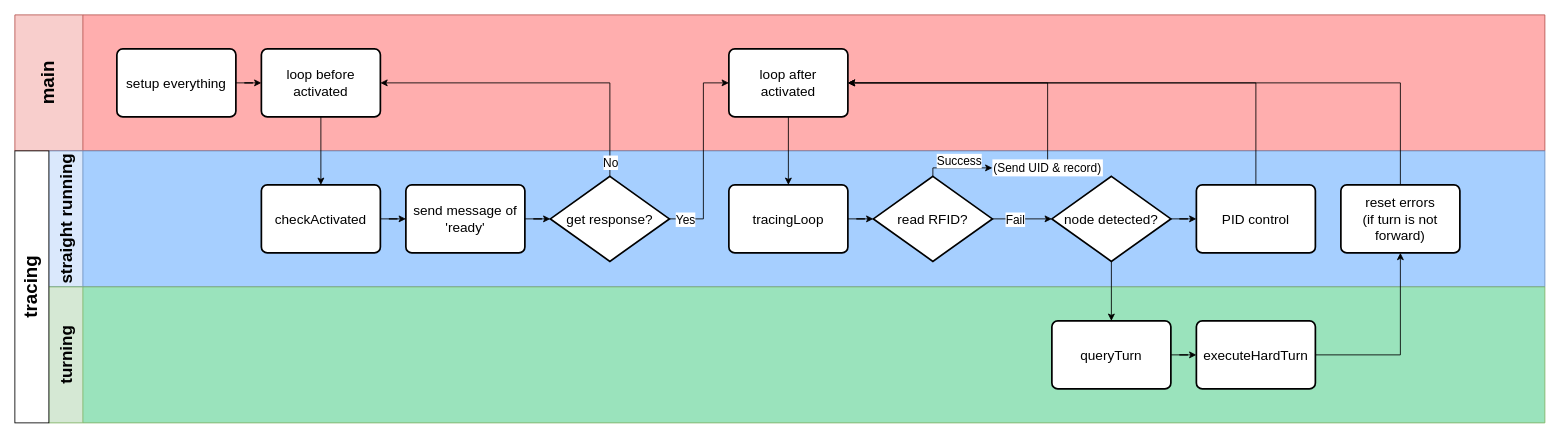
Earlier version of the draw.io diagram diagrams/carcar_flow_arduino.drawio (yeeeeeeting/CarcarCodes). Source tidied: cells renumbered, new cells numbered last; positions are measured from the earlier drawing's top-left corner, leaving out a move shared by most shapes. Both pictures are drawn from the tidied source at 85%, with x=0, y=0 at pixel (14, 14).
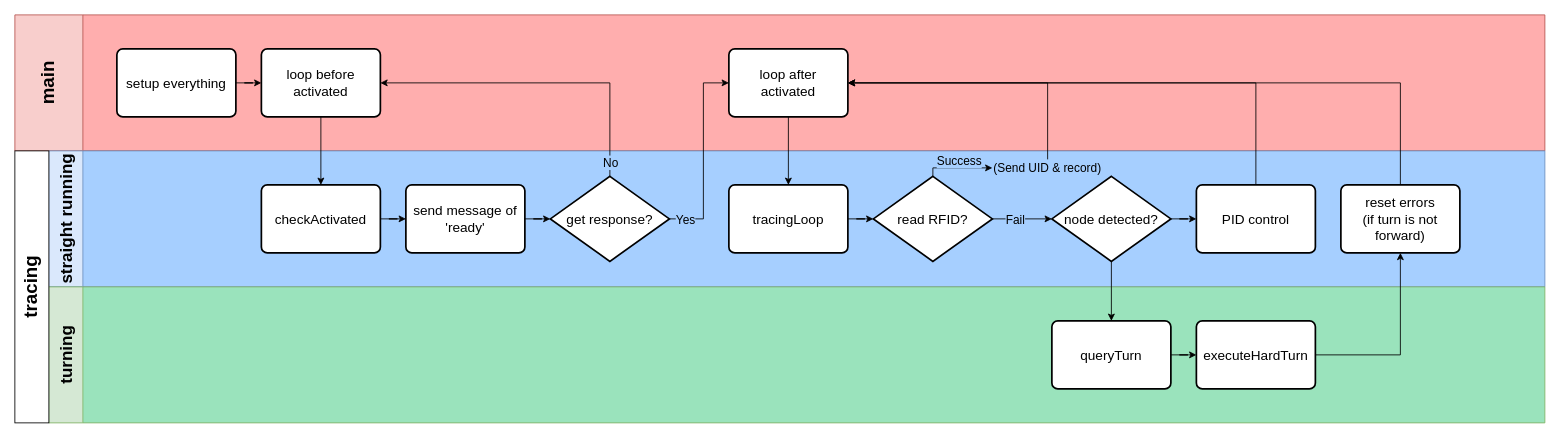
The same diagram, later.

The change refers to these unchanged cells:
```xml
<mxCell id="7" value="&lt;font style=&quot;font-size: 20px;&quot;&gt;straight running&lt;/font&gt;" style="swimlane;horizontal=0;whiteSpace=wrap;html=1;startSize=40;fillColor=#dae8fc;strokeColor=#6c8ebf;swimlaneFillColor=#A6CFFF;" parent="1" vertex="1">
  <mxGeometry x="40" y="160" width="1760" height="160" as="geometry" />
</mxCell>
<mxCell id="15" style="edgeStyle=orthogonalEdgeStyle;rounded=0;jettySize=auto;html=1;" parent="7" edge="1" source="17" target="22">
  <mxGeometry relative="1" as="geometry" />
</mxCell>
<mxCell id="19" style="edgeStyle=orthogonalEdgeStyle;rounded=0;jettySize=auto;html=1;" parent="7" edge="1" source="17" target="18">
  <mxGeometry relative="1" as="geometry">
    <Array as="points">
      <mxPoint x="1040" y="20" />
    </Array>
  </mxGeometry>
</mxCell>
<mxCell id="31" style="edgeStyle=orthogonalEdgeStyle;rounded=0;jettySize=auto;html=1;" parent="1" edge="1" source="12" target="5">
  <mxGeometry relative="1" as="geometry">
    <Array as="points">
      <mxPoint x="700" y="80" />
    </Array>
  </mxGeometry>
</mxCell>
<mxCell id="33" style="edgeStyle=orthogonalEdgeStyle;rounded=0;jettySize=auto;html=1;" parent="1" edge="1" source="12" target="6">
  <mxGeometry relative="1" as="geometry">
    <Array as="points">
      <mxPoint x="810" y="240" />
      <mxPoint x="810" y="80" />
    </Array>
  </mxGeometry>
</mxCell>
```

The edit, as a diff of the source:
```diff
@@
-    <mxCell id="16" value="Fail" style="edgeLabel;html=1;align=center;verticalAlign=middle;fontSize=14;" parent="15" vertex="1">
+    <mxCell id="16" value="Fail" style="edgeLabel;html=1;align=center;verticalAlign=middle;fontSize=14;labelBackgroundColor=light-dark(#a6cfff, #ededed);" parent="15" vertex="1">
       <mxGeometry x="0.14" y="-1" relative="1" as="geometry">
         <mxPoint x="-14" y="-1" as="offset" />
       </mxGeometry>
     </mxCell>
@@
-    <mxCell id="18" value="(Send UID &amp;amp; record)" style="text;html=1;whiteSpace=wrap;strokeColor=none;fillColor=default;align=center;verticalAlign=middle;rounded=0;fontSize=14;" parent="7" vertex="1">
+    <mxCell id="18" value="(Send UID &amp;amp; record)" style="text;html=1;whiteSpace=wrap;strokeColor=none;fillColor=light-dark(#a6cfff, #ededed);align=center;verticalAlign=middle;rounded=0;fontSize=14;gradientColor=none;" parent="7" vertex="1">
       <mxGeometry x="1110" y="10" width="130" height="20" as="geometry" />
     </mxCell>
@@
-    <mxCell id="20" value="Success" style="edgeLabel;html=1;align=center;verticalAlign=middle;fontSize=14;" parent="19" vertex="1">
+    <mxCell id="20" value="Success" style="edgeLabel;html=1;align=center;verticalAlign=middle;fontSize=14;labelBackgroundColor=light-dark(#a6cfff, #ededed);" parent="19" vertex="1">
       <mxGeometry x="-0.87" y="-2" relative="1" as="geometry">
         <mxPoint x="28" y="-14" as="offset" />
       </mxGeometry>
     </mxCell>
@@
-    <mxCell id="32" value="No" style="edgeLabel;html=1;align=center;verticalAlign=middle;fontSize=14;" parent="31" vertex="1">
+    <mxCell id="32" value="No" style="edgeLabel;html=1;align=center;verticalAlign=middle;fontSize=14;labelBackgroundColor=light-dark(#a6cfff, #ededed);" parent="31" vertex="1">
       <mxGeometry x="-0.72" y="-1" relative="1" as="geometry">
         <mxPoint x="-1" y="36" as="offset" />
       </mxGeometry>
     </mxCell>
@@
-    <mxCell id="34" value="Yes" style="edgeLabel;html=1;align=center;verticalAlign=middle;fontSize=14;" parent="33" vertex="1">
+    <mxCell id="34" value="Yes" style="edgeLabel;html=1;align=center;verticalAlign=middle;fontSize=14;labelBackgroundColor=light-dark(#a6cfff, #ededed);" parent="33" vertex="1">
       <mxGeometry x="-0.86" y="1" relative="1" as="geometry">
         <mxPoint x="2" y="1" as="offset" />
       </mxGeometry>
     </mxCell>
```
